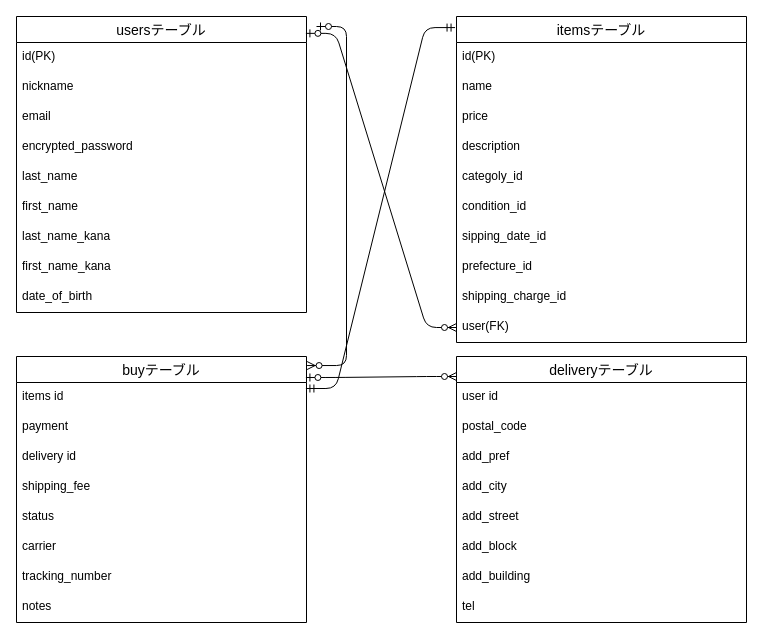
This is ER.dio from RinRintech/furima-39853, a draw.io file, before an edit. Source tidied: cells renumbered, new cells numbered last; positions are measured from the earlier drawing's top-left corner, leaving out a move shared by most shapes. Both pictures are drawn from the tidied source at 100%, with x=0, y=0 at pixel (16, 16).
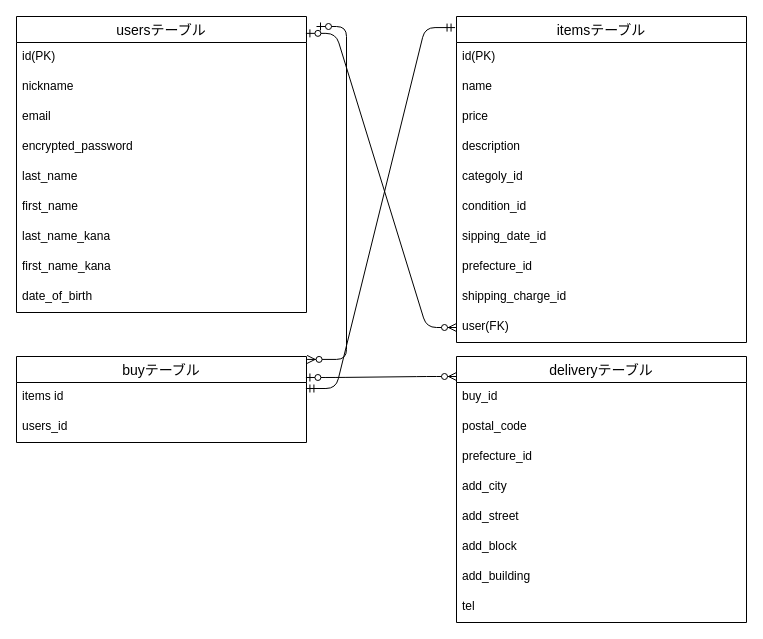
Above is the later version.

Commit message (it also covers changes not shown here):
カラム関連修正

The change refers to these unchanged cells:
```xml
<mxCell id="32" value="deliveryテーブル" style="swimlane;fontStyle=0;horizontal=1;startSize=26;align=center;fontSize=14;" parent="1" vertex="1">
  <mxGeometry x="440" y="340" width="290" height="266" as="geometry" />
</mxCell>
```

The edit, as a diff of the source:
```diff
@@
     <mxCell id="2" value="buyテーブル" style="swimlane;fontStyle=0;horizontal=1;startSize=26;align=center;fontSize=14;" parent="1" vertex="1">
-      <mxGeometry y="340" width="290" height="266" as="geometry" />
+      <mxGeometry y="340" width="290" height="86" as="geometry" />
     </mxCell>
@@
-    <mxCell id="4" value="payment" style="text;strokeColor=none;fillColor=none;spacingLeft=4;spacingRight=4;overflow=hidden;fontSize=12;" parent="2" vertex="1">
-      <mxGeometry y="56" width="290" height="30" as="geometry" />
-    </mxCell>
-    <mxCell id="5" value="delivery id" style="text;strokeColor=none;fillColor=none;spacingLeft=4;spacingRight=4;overflow=hidden;fontSize=12;" parent="2" vertex="1">
-      <mxGeometry y="86" width="290" height="30" as="geometry" />
+    <mxCell id="5" value="users_id" style="text;strokeColor=none;fillColor=none;spacingLeft=4;spacingRight=4;overflow=hidden;fontSize=12;" parent="2" vertex="1">
+      <mxGeometry y="56" width="290" height="30" as="geometry" />
     </mxCell>
-    <mxCell id="6" value="shipping_fee" style="text;strokeColor=none;fillColor=none;spacingLeft=4;spacingRight=4;overflow=hidden;fontSize=12;" parent="2" vertex="1">
-      <mxGeometry y="116" width="290" height="30" as="geometry" />
-    </mxCell>
-    <mxCell id="7" value="status" style="text;strokeColor=none;fillColor=none;spacingLeft=4;spacingRight=4;overflow=hidden;fontSize=12;" parent="2" vertex="1">
-      <mxGeometry y="146" width="290" height="30" as="geometry" />
-    </mxCell>
-    <mxCell id="8" value="carrier" style="text;strokeColor=none;fillColor=none;spacingLeft=4;spacingRight=4;overflow=hidden;fontSize=12;" parent="2" vertex="1">
-      <mxGeometry y="176" width="290" height="30" as="geometry" />
-    </mxCell>
-    <mxCell id="9" value="tracking_number" style="text;strokeColor=none;fillColor=none;spacingLeft=4;spacingRight=4;overflow=hidden;fontSize=12;" parent="2" vertex="1">
-      <mxGeometry y="206" width="290" height="30" as="geometry" />
-    </mxCell>
-    <mxCell id="10" value="notes" style="text;strokeColor=none;fillColor=none;spacingLeft=4;spacingRight=4;overflow=hidden;fontSize=12;" parent="2" vertex="1">
-      <mxGeometry y="236" width="290" height="30" as="geometry" />
-    </mxCell>
@@
-    <mxCell id="33" value="user id" style="text;strokeColor=none;fillColor=none;spacingLeft=4;spacingRight=4;overflow=hidden;fontSize=12;" parent="32" vertex="1">
+    <mxCell id="33" value="buy_id" style="text;strokeColor=none;fillColor=none;spacingLeft=4;spacingRight=4;overflow=hidden;fontSize=12;" parent="32" vertex="1">
       <mxGeometry y="26" width="290" height="30" as="geometry" />
     </mxCell>
@@
-    <mxCell id="35" value="add_pref" style="text;strokeColor=none;fillColor=none;spacingLeft=4;spacingRight=4;overflow=hidden;fontSize=12;" parent="32" vertex="1">
+    <mxCell id="35" value="prefecture_id" style="text;strokeColor=none;fillColor=none;spacingLeft=4;spacingRight=4;overflow=hidden;fontSize=12;" parent="32" vertex="1">
       <mxGeometry y="86" width="290" height="30" as="geometry" />
     </mxCell>
```
